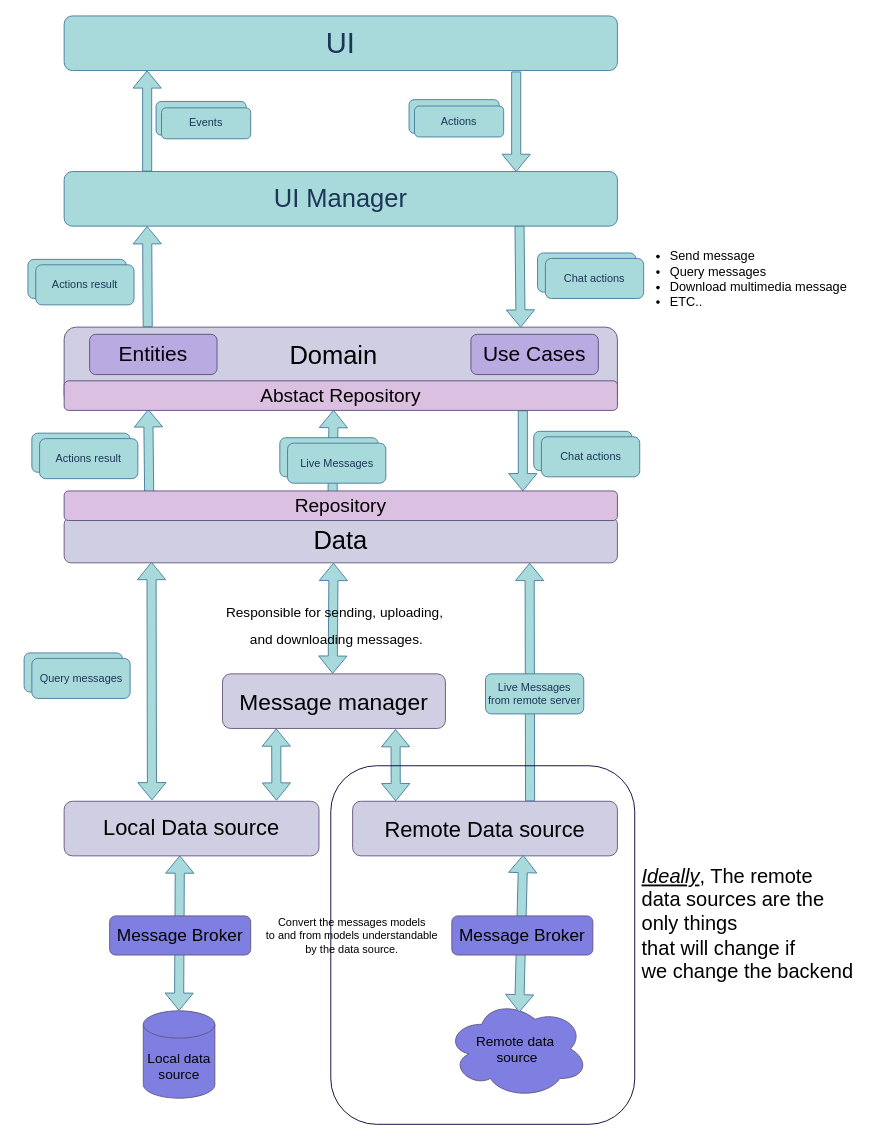
This is open-chat-architecture-for-mobile-applications.drawio from mobile-open-chat/open-chat-architecture, a draw.io file, before an edit. Source tidied: cells renumbered, new cells numbered last; positions are measured from the earlier drawing's top-left corner, leaving out a move shared by most shapes. Both pictures are drawn from the tidied source at 91%, with x=0, y=0 at pixel (24, 15).
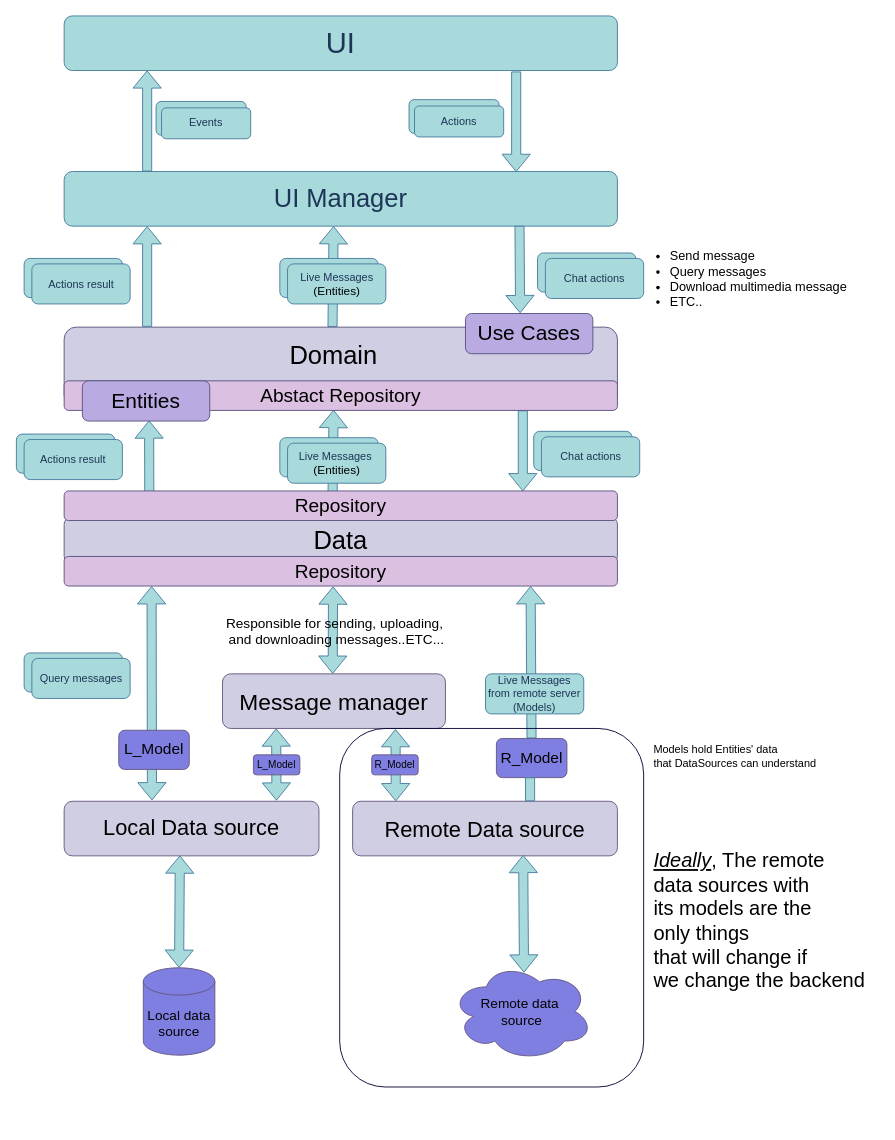
The same page after the edit.

The change refers to these unchanged cells:
```xml
<mxCell id="5" value="&lt;font style=&quot;font-size: 28px;&quot;&gt;UI Manager&lt;br&gt;&lt;/font&gt;" style="rounded=1;whiteSpace=wrap;html=1;fillColor=#A8DADC;strokeColor=#457B9D;fontColor=#1D3557;" parent="1" vertex="1">
  <mxGeometry x="44" y="171" width="608" height="60" as="geometry" />
</mxCell>
<mxCell id="10" style="rounded=1;whiteSpace=wrap;html=1;fillColor=#d0cee2;strokeColor=#56517e;" parent="1" vertex="1">
  <mxGeometry x="44" y="342" width="608" height="88" as="geometry" />
</mxCell>
<mxCell id="25" value="&lt;span style=&quot;color: rgb(0, 0, 0); font-size: 24px;&quot;&gt;Remote Data source&lt;/span&gt;&lt;span style=&quot;font-size: 28px;&quot;&gt;&lt;font color=&quot;#000000&quot;&gt;&lt;br&gt;&lt;/font&gt;&lt;/span&gt;" style="rounded=1;whiteSpace=wrap;html=1;fillColor=#d0cee2;strokeColor=#64567E;" parent="1" vertex="1">
  <mxGeometry x="361" y="863" width="291" height="60" as="geometry" />
</mxCell>
<mxCell id="39" value="&lt;font style=&quot;font-size: 21px;&quot; color=&quot;#000000&quot;&gt;Abstact Repository&lt;/font&gt;" style="rounded=1;whiteSpace=wrap;html=1;fillColor=#DCC0E2;strokeColor=#56517e;" parent="1" vertex="1">
  <mxGeometry x="44" y="401" width="608" height="32.5" as="geometry" />
</mxCell>
```

The edit, as a diff of the source:
```diff
@@
+    <mxCell id="54" style="shape=flexArrow;endArrow=classic;html=1;rounded=0;fontSize=32;fontColor=#1D3557;strokeColor=#457B9D;fillColor=#A8DADC;exitX=0.485;exitY=0;exitDx=0;exitDy=0;exitPerimeter=0;entryX=0.487;entryY=0.985;entryDx=0;entryDy=0;entryPerimeter=0;" parent="1" edge="1" source="10">
+      <mxGeometry relative="1" as="geometry">
+        <mxPoint x="340.1" y="231" as="targetPoint" />
+      </mxGeometry>
+    </mxCell>
@@
-    <mxCell id="11" style="shape=flexArrow;endArrow=classic;html=1;rounded=0;fontSize=32;fontColor=#1D3557;strokeColor=#457B9D;fillColor=#A8DADC;entryX=0.15;entryY=1;entryDx=0;entryDy=0;entryPerimeter=0;exitX=0.151;exitY=0;exitDx=0;exitDy=0;exitPerimeter=0;" parent="1" edge="1" source="10" target="5">
+    <mxCell id="11" style="shape=flexArrow;endArrow=classic;html=1;rounded=0;fontSize=32;fontColor=#1D3557;strokeColor=#457B9D;fillColor=#A8DADC;entryX=0.15;entryY=1;entryDx=0;entryDy=0;entryPerimeter=0;exitX=0.15;exitY=-0.004;exitDx=0;exitDy=0;exitPerimeter=0;" parent="1" edge="1" source="10" target="5">
       <mxGeometry relative="1" as="geometry" />
     </mxCell>
-    <mxCell id="12" style="shape=flexArrow;endArrow=classic;html=1;rounded=0;fontSize=32;fontColor=#1D3557;strokeColor=#457B9D;fillColor=#A8DADC;exitX=0.823;exitY=0.994;exitDx=0;exitDy=0;exitPerimeter=0;entryX=0.825;entryY=0.006;entryDx=0;entryDy=0;entryPerimeter=0;" parent="1" edge="1" source="5" target="10">
+    <mxCell id="12" style="shape=flexArrow;endArrow=classic;html=1;rounded=0;fontSize=32;fontColor=#1D3557;strokeColor=#457B9D;fillColor=#A8DADC;exitX=0.823;exitY=0.994;exitDx=0;exitDy=0;exitPerimeter=0;entryX=0.429;entryY=-0.008;entryDx=0;entryDy=0;entryPerimeter=0;" parent="1" edge="1" source="5" target="36">
       <mxGeometry relative="1" as="geometry" />
     </mxCell>
@@
     <mxCell id="15" style="rounded=1;whiteSpace=wrap;html=1;fontColor=#1D3557;strokeColor=#457B9D;fillColor=#A8DADC;" parent="1" vertex="1">
-      <mxGeometry x="4.2" y="267.5" width="108" height="43" as="geometry" />
+      <mxGeometry y="266.5" width="108" height="43" as="geometry" />
     </mxCell>
     <mxCell id="16" value="Actions result" style="rounded=1;whiteSpace=wrap;html=1;fontColor=#1D3557;strokeColor=#457B9D;fillColor=#A8DADC;" parent="1" vertex="1">
-      <mxGeometry x="12.8" y="273.5" width="108" height="44" as="geometry" />
+      <mxGeometry x="8.5" y="272.5" width="108" height="44" as="geometry" />
     </mxCell>
@@
-    <mxCell id="22" style="shape=flexArrow;endArrow=classic;html=1;rounded=0;fontSize=32;fontColor=#1D3557;strokeColor=#457B9D;fillColor=#A8DADC;exitX=0.151;exitY=0;exitDx=0;exitDy=0;exitPerimeter=0;entryX=0.152;entryY=0.96;entryDx=0;entryDy=0;entryPerimeter=0;" parent="1" edge="1" target="39">
+    <mxCell id="22" style="shape=flexArrow;endArrow=classic;html=1;rounded=0;fontSize=32;fontColor=#1D3557;strokeColor=#457B9D;fillColor=#A8DADC;exitX=0.151;exitY=0;exitDx=0;exitDy=0;exitPerimeter=0;entryX=0.524;entryY=0.985;entryDx=0;entryDy=0;entryPerimeter=0;" parent="1" edge="1" target="37">
       <mxGeometry relative="1" as="geometry">
         <mxPoint x="137.6" y="538" as="sourcePoint" />
       </mxGeometry>
     </mxCell>
     <mxCell id="23" style="rounded=1;whiteSpace=wrap;html=1;fontColor=#1D3557;strokeColor=#457B9D;fillColor=#A8DADC;" parent="1" vertex="1">
-      <mxGeometry x="8.5" y="458.5" width="108" height="43" as="geometry" />
+      <mxGeometry x="-8.5" y="459.5" width="108" height="43" as="geometry" />
     </mxCell>
     <mxCell id="24" value="Actions result" style="rounded=1;whiteSpace=wrap;html=1;fontColor=#1D3557;strokeColor=#457B9D;fillColor=#A8DADC;" parent="1" vertex="1">
-      <mxGeometry x="17" y="464.5" width="108" height="44" as="geometry" />
+      <mxGeometry y="465.5" width="108" height="44" as="geometry" />
     </mxCell>
@@
-    <mxCell id="26" style="shape=flexArrow;endArrow=classic;html=1;rounded=0;fontSize=32;fontColor=#1D3557;strokeColor=#457B9D;fillColor=#A8DADC;exitX=0.229;exitY=-0.002;exitDx=0;exitDy=0;exitPerimeter=0;startArrow=block;" parent="1" edge="1">
+    <mxCell id="26" style="shape=flexArrow;endArrow=classic;html=1;rounded=0;fontSize=32;fontColor=#1D3557;strokeColor=#457B9D;fillColor=#A8DADC;exitX=0.229;exitY=-0.002;exitDx=0;exitDy=0;exitPerimeter=0;startArrow=block;entryX=0.486;entryY=1.015;entryDx=0;entryDy=0;entryPerimeter=0;" parent="1" edge="1" target="62">
       <mxGeometry relative="1" as="geometry">
         <mxPoint x="339.1" y="722.9" as="sourcePoint" />
-        <mxPoint x="340" y="601" as="targetPoint" />
       </mxGeometry>
     </mxCell>
-    <mxCell id="27" style="shape=flexArrow;endArrow=classic;html=1;rounded=0;fontSize=32;fontColor=#1D3557;strokeColor=#457B9D;fillColor=#A8DADC;entryX=0.445;entryY=1;entryDx=0;entryDy=0;entryPerimeter=0;" parent="1" edge="1">
-      <mxGeometry relative="1" as="geometry">
-        <mxPoint x="556" y="863" as="sourcePoint" />
-        <mxPoint x="555.5" y="601" as="targetPoint" />
-      </mxGeometry>
+    <mxCell id="27" style="shape=flexArrow;endArrow=classic;html=1;rounded=0;fontSize=32;fontColor=#1D3557;strokeColor=#457B9D;fillColor=#A8DADC;entryX=0.843;entryY=1.002;entryDx=0;entryDy=0;entryPerimeter=0;startArrow=none;" parent="1" edge="1" source="44" target="62">
+      <mxGeometry relative="1" as="geometry" />
     </mxCell>
-    <mxCell id="28" value="Live Messages&lt;br&gt;from remote server" style="rounded=1;whiteSpace=wrap;html=1;fontColor=#1D3557;strokeColor=#457B9D;fillColor=#A8DADC;" parent="1" vertex="1">
+    <mxCell id="28" value="Live Messages&lt;br&gt;from remote server&lt;br&gt;(Models)" style="rounded=1;whiteSpace=wrap;html=1;fontColor=#1D3557;strokeColor=#457B9D;fillColor=#A8DADC;" parent="1" vertex="1">
       <mxGeometry x="507" y="723" width="108" height="44" as="geometry" />
     </mxCell>
@@
-    <mxCell id="31" value="Live Messages" style="rounded=1;whiteSpace=wrap;html=1;fontColor=#1D3557;strokeColor=#457B9D;fillColor=#A8DADC;" parent="1" vertex="1">
+    <mxCell id="31" value="Live Messages&amp;nbsp;&lt;br&gt;&lt;span style=&quot;color: rgb(0, 0, 0);&quot;&gt;&lt;font style=&quot;font-size: 13px;&quot;&gt;(Entities)&lt;/font&gt;&lt;/span&gt;" style="rounded=1;whiteSpace=wrap;html=1;fontColor=#1D3557;strokeColor=#457B9D;fillColor=#A8DADC;" parent="1" vertex="1">
       <mxGeometry x="289.5" y="469.5" width="108" height="44" as="geometry" />
     </mxCell>
     <mxCell id="32" value="Local data&lt;br&gt;source" style="shape=cylinder3;whiteSpace=wrap;html=1;boundedLbl=1;backgroundOutline=1;size=15;fontSize=15;fontColor=#000000;strokeColor=#64567E;fillColor=#7F7FE2;" parent="1" vertex="1">
-      <mxGeometry x="131" y="1093.3" width="78.6" height="96" as="geometry" />
+      <mxGeometry x="131" y="1046" width="78.6" height="96" as="geometry" />
     </mxCell>
     <mxCell id="33" value="Remote data&amp;nbsp;&lt;br&gt;source" style="ellipse;shape=cloud;whiteSpace=wrap;html=1;fontSize=15;fontColor=#000000;strokeColor=#64567E;fillColor=#7F7FE2;" parent="1" vertex="1">
-      <mxGeometry x="464" y="1081" width="156" height="108.3" as="geometry" />
+      <mxGeometry x="469" y="1039.9" width="156" height="108.3" as="geometry" />
     </mxCell>
-    <mxCell id="34" style="shape=flexArrow;endArrow=classic;startArrow=classic;html=1;rounded=0;fontSize=15;fontColor=#000000;strokeColor=#457B9D;fillColor=#A8DADC;entryX=0.644;entryY=0.983;entryDx=0;entryDy=0;entryPerimeter=0;" parent="1" edge="1" target="25">
-      <mxGeometry relative="1" as="geometry">
-        <mxPoint x="544" y="1095" as="sourcePoint" />
-      </mxGeometry>
+    <mxCell id="34" style="shape=flexArrow;endArrow=classic;startArrow=classic;html=1;rounded=0;fontSize=15;fontColor=#000000;strokeColor=#457B9D;fillColor=#A8DADC;entryX=0.644;entryY=0.983;entryDx=0;entryDy=0;entryPerimeter=0;exitX=0.515;exitY=0.105;exitDx=0;exitDy=0;exitPerimeter=0;" parent="1" edge="1" source="33" target="25">
+      <mxGeometry relative="1" as="geometry" />
     </mxCell>
@@
     <mxCell id="36" value="&lt;font style=&quot;font-size: 23px;&quot; color=&quot;#000000&quot;&gt;Use Cases&lt;/font&gt;" style="rounded=1;whiteSpace=wrap;html=1;fillColor=#B9AAE2;strokeColor=#56517e;" parent="1" vertex="1">
-      <mxGeometry x="491" y="349.9" width="140" height="44.2" as="geometry" />
+      <mxGeometry x="485" y="327" width="140" height="44.2" as="geometry" />
     </mxCell>
-    <mxCell id="37" value="&lt;font color=&quot;#000000&quot;&gt;&lt;span style=&quot;font-size: 23px;&quot;&gt;Entities&lt;/span&gt;&lt;/font&gt;" style="rounded=1;whiteSpace=wrap;html=1;fillColor=#B9AAE2;strokeColor=#56517e;" parent="1" vertex="1">
-      <mxGeometry x="72" y="349.9" width="140" height="44.2" as="geometry" />
-    </mxCell>
@@
-    <mxCell id="44" value="&lt;font style=&quot;&quot; color=&quot;#000000&quot;&gt;&lt;font style=&quot;font-size: 19px;&quot;&gt;Message Broker&lt;/font&gt;&lt;br&gt;&lt;/font&gt;" style="rounded=1;whiteSpace=wrap;html=1;fillColor=#7F7FE2;strokeColor=#64567E;" parent="1" vertex="1">
-      <mxGeometry x="470" y="989" width="155" height="43" as="geometry" />
-    </mxCell>
@@
-    <mxCell id="46" value="&lt;font style=&quot;&quot; color=&quot;#000000&quot;&gt;&lt;font style=&quot;font-size: 19px;&quot;&gt;Message Broker&lt;/font&gt;&lt;br&gt;&lt;/font&gt;" style="rounded=1;whiteSpace=wrap;html=1;fillColor=#7F7FE2;strokeColor=#64567E;" parent="1" vertex="1">
-      <mxGeometry x="94" y="989" width="155" height="43" as="geometry" />
-    </mxCell>
-    <mxCell id="47" style="shape=flexArrow;endArrow=classic;html=1;rounded=0;fontSize=32;fontColor=#1D3557;strokeColor=#457B9D;fillColor=#A8DADC;entryX=0.445;entryY=1;entryDx=0;entryDy=0;entryPerimeter=0;startArrow=block;" parent="1" edge="1">
+    <mxCell id="47" style="shape=flexArrow;endArrow=classic;html=1;rounded=0;fontSize=32;fontColor=#1D3557;strokeColor=#457B9D;fillColor=#A8DADC;entryX=0.158;entryY=1.005;entryDx=0;entryDy=0;entryPerimeter=0;startArrow=block;" parent="1" edge="1" target="62">
       <mxGeometry relative="1" as="geometry">
         <mxPoint x="140.5" y="862" as="sourcePoint" />
-        <mxPoint x="140" y="600" as="targetPoint" />
       </mxGeometry>
     </mxCell>
-    <mxCell id="48" value="&lt;span style=&quot;font-size: 15px;&quot;&gt;Responsible for sending, uploading,&lt;br&gt;&amp;nbsp;and downloading messages.&lt;/span&gt;" style="text;html=1;align=center;verticalAlign=middle;strokeColor=none;fillColor=none;fontSize=25;fontColor=#000000;" parent="1" vertex="1">
-      <mxGeometry x="212" y="630" width="257" height="72" as="geometry" />
+    <mxCell id="48" value="&lt;span style=&quot;font-size: 15px;&quot;&gt;&lt;br&gt;&lt;/span&gt;" style="text;html=1;align=center;verticalAlign=middle;strokeColor=none;fillColor=none;fontSize=25;fontColor=#000000;" parent="1" vertex="1">
+      <mxGeometry x="332" y="645" width="18" height="42" as="geometry" />
     </mxCell>
@@
     <mxCell id="51" style="rounded=1;whiteSpace=wrap;html=1;labelBackgroundColor=none;fontSize=12;fontColor=#000000;fillColor=none;strokeColor=#000033;" parent="1" vertex="1">
-      <mxGeometry x="337" y="824" width="334" height="394" as="geometry" />
+      <mxGeometry x="346.8" y="783" width="334" height="394" as="geometry" />
     </mxCell>
-    <mxCell id="52" value="&lt;font style=&quot;font-size: 22px;&quot;&gt;&lt;i&gt;&lt;u&gt;Ideally&lt;/u&gt;&lt;/i&gt;, The remote &lt;br&gt;data sources are the&lt;br&gt;only things&lt;br&gt;that will change if &lt;br&gt;we change the backend&lt;/font&gt;" style="text;html=1;align=left;verticalAlign=middle;strokeColor=none;fillColor=none;fontSize=12;fontColor=#000000;" parent="1" vertex="1">
-      <mxGeometry x="676.5" y="926" width="250" height="144" as="geometry" />
+    <mxCell id="52" value="&lt;font style=&quot;font-size: 22px;&quot;&gt;&lt;i&gt;&lt;u&gt;Ideally&lt;/u&gt;&lt;/i&gt;, The remote &lt;br&gt;data sources with&lt;br&gt;its models are the&lt;br&gt;only things&lt;br&gt;that will change if &lt;br&gt;we change the backend&lt;/font&gt;" style="text;html=1;align=left;verticalAlign=middle;strokeColor=none;fillColor=none;fontSize=12;fontColor=#000000;" parent="1" vertex="1">
+      <mxGeometry x="690" y="910" width="250" height="170" as="geometry" />
     </mxCell>
-    <mxCell id="53" value="&lt;span style=&quot;text-align: left;&quot;&gt;Convert the messages models&lt;/span&gt;&lt;br style=&quot;text-align: left;&quot;&gt;&lt;span style=&quot;text-align: left;&quot;&gt;to and from models&amp;nbsp;understandable&lt;/span&gt;&lt;br style=&quot;text-align: left;&quot;&gt;&lt;span style=&quot;text-align: left;&quot;&gt;by the data source.&lt;/span&gt;" style="text;html=1;align=center;verticalAlign=middle;strokeColor=none;fillColor=none;fontSize=12;fontColor=#000000;" parent="1" vertex="1">
-      <mxGeometry x="256" y="983" width="207" height="55" as="geometry" />
+    <mxCell id="53" value="&lt;div style=&quot;&quot;&gt;&lt;span style=&quot;background-color: initial;&quot;&gt;Models hold&amp;nbsp;&lt;/span&gt;&lt;span style=&quot;background-color: initial;&quot;&gt;Entities'&amp;nbsp;data&lt;/span&gt;&lt;/div&gt;&lt;div style=&quot;&quot;&gt;&lt;span style=&quot;background-color: initial;&quot;&gt;that DataSources can understand&lt;/span&gt;&lt;/div&gt;" style="text;html=1;align=left;verticalAlign=middle;strokeColor=none;fillColor=none;fontSize=12;fontColor=#000000;" parent="1" vertex="1">
+      <mxGeometry x="690" y="793" width="197" height="41" as="geometry" />
     </mxCell>
+    <mxCell id="44" value="&lt;font style=&quot;font-size: 17px;&quot; color=&quot;#000000&quot;&gt;R_Model&lt;/font&gt;" style="rounded=1;whiteSpace=wrap;html=1;fillColor=#7F7FE2;strokeColor=#64567E;" parent="1" vertex="1">
+      <mxGeometry x="519" y="794" width="77.5" height="43" as="geometry" />
+    </mxCell>
+    <mxCell id="55" style="shape=flexArrow;endArrow=none;html=1;rounded=0;fontSize=32;fontColor=#1D3557;strokeColor=#457B9D;fillColor=#A8DADC;entryX=0.477;entryY=0.993;entryDx=0;entryDy=0;entryPerimeter=0;" parent="1" edge="1" target="44">
+      <mxGeometry relative="1" as="geometry">
+        <mxPoint x="556" y="863" as="sourcePoint" />
+      </mxGeometry>
+    </mxCell>
+    <mxCell id="37" value="&lt;font color=&quot;#000000&quot;&gt;&lt;span style=&quot;font-size: 23px;&quot;&gt;Entities&lt;/span&gt;&lt;/font&gt;" style="rounded=1;whiteSpace=wrap;html=1;fillColor=#B9AAE2;strokeColor=#56517e;" parent="1" vertex="1">
+      <mxGeometry x="64" y="401" width="140" height="44.2" as="geometry" />
+    </mxCell>
+    <mxCell id="56" value="&lt;span style=&quot;color: rgb(0, 0, 0); font-size: 17px;&quot;&gt;L_Model&lt;/span&gt;" style="rounded=1;whiteSpace=wrap;html=1;fillColor=#7F7FE2;strokeColor=#64567E;" parent="1" vertex="1">
+      <mxGeometry x="104" y="785" width="77.5" height="43" as="geometry" />
+    </mxCell>
+    <mxCell id="57" value="&lt;span style=&quot;color: rgb(0, 0, 0); font-size: 11px;&quot;&gt;L_Model&lt;/span&gt;" style="rounded=1;whiteSpace=wrap;html=1;fillColor=#7F7FE2;strokeColor=#64567E;" parent="1" vertex="1">
+      <mxGeometry x="252" y="812" width="51" height="22" as="geometry" />
+    </mxCell>
+    <mxCell id="58" value="&lt;span style=&quot;color: rgb(0, 0, 0); font-size: 11px;&quot;&gt;R_Model&lt;/span&gt;" style="rounded=1;whiteSpace=wrap;html=1;fillColor=#7F7FE2;strokeColor=#64567E;" parent="1" vertex="1">
+      <mxGeometry x="382" y="812" width="51" height="22" as="geometry" />
+    </mxCell>
+    <mxCell id="59" style="rounded=1;whiteSpace=wrap;html=1;fontColor=#1D3557;strokeColor=#457B9D;fillColor=#A8DADC;" parent="1" vertex="1">
+      <mxGeometry x="281" y="266.5" width="108" height="43" as="geometry" />
+    </mxCell>
+    <mxCell id="60" value="Live Messages&lt;br&gt;&lt;span style=&quot;color: rgb(0, 0, 0); font-size: 13px;&quot;&gt;(Entities)&lt;/span&gt;" style="rounded=1;whiteSpace=wrap;html=1;fontColor=#1D3557;strokeColor=#457B9D;fillColor=#A8DADC;" parent="1" vertex="1">
+      <mxGeometry x="289.5" y="272.5" width="108" height="44" as="geometry" />
+    </mxCell>
+    <mxCell id="61" value="&lt;span style=&quot;font-size: 15px;&quot;&gt;Responsible for sending, uploading,&lt;/span&gt;&lt;br style=&quot;font-size: 15px;&quot;&gt;&lt;span style=&quot;font-size: 15px;&quot;&gt;&amp;nbsp;and downloading messages..ETC...&lt;br&gt;&lt;/span&gt;" style="text;html=1;align=center;verticalAlign=middle;strokeColor=none;fillColor=none;fontSize=13;fontColor=#000000;" parent="1" vertex="1">
+      <mxGeometry x="211" y="652" width="259" height="48" as="geometry" />
+    </mxCell>
+    <mxCell id="62" value="&lt;font style=&quot;font-size: 21px;&quot; color=&quot;#000000&quot;&gt;Repository&lt;/font&gt;" style="rounded=1;whiteSpace=wrap;html=1;fillColor=#DCC0E2;strokeColor=#56517e;" parent="1" vertex="1">
+      <mxGeometry x="44" y="594" width="608" height="32.5" as="geometry" />
+    </mxCell>
```
